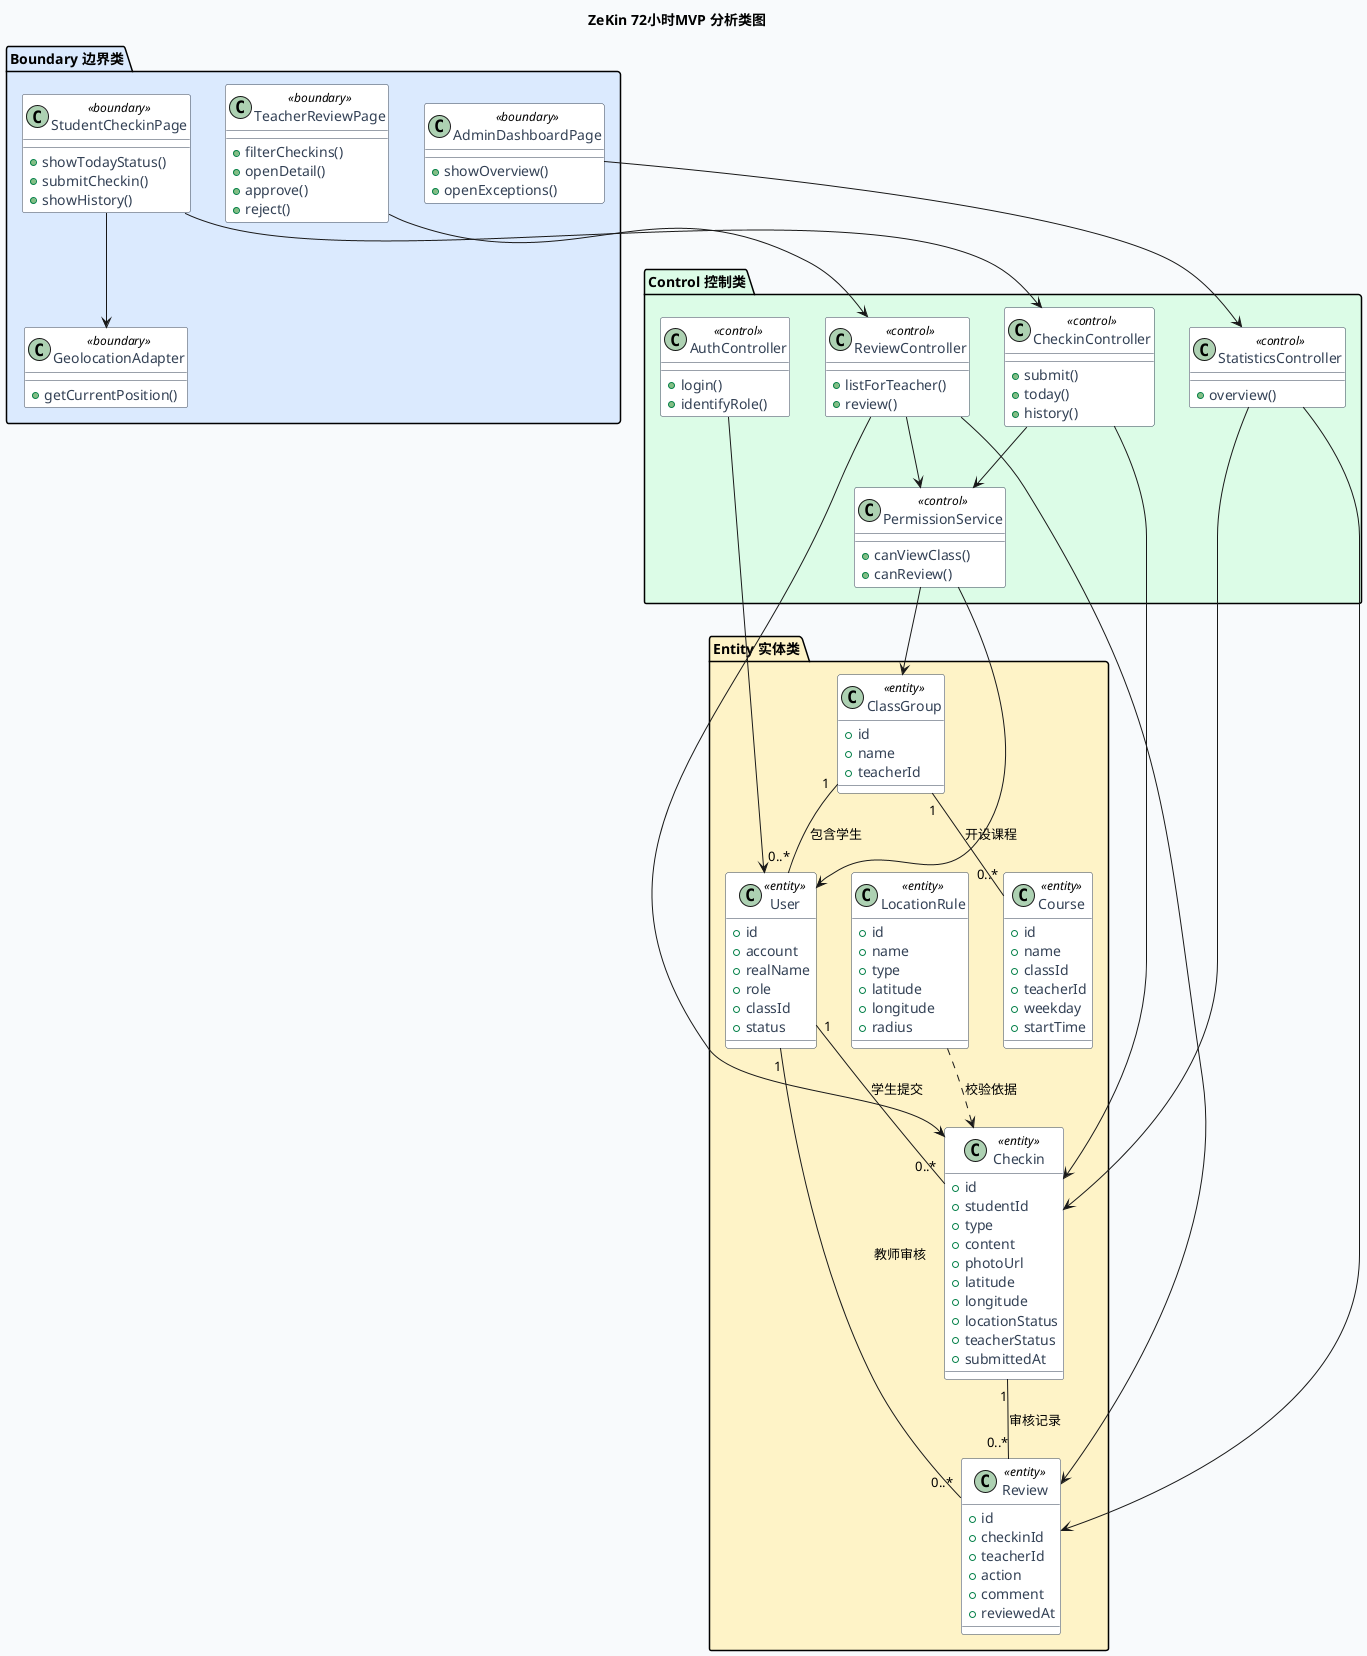
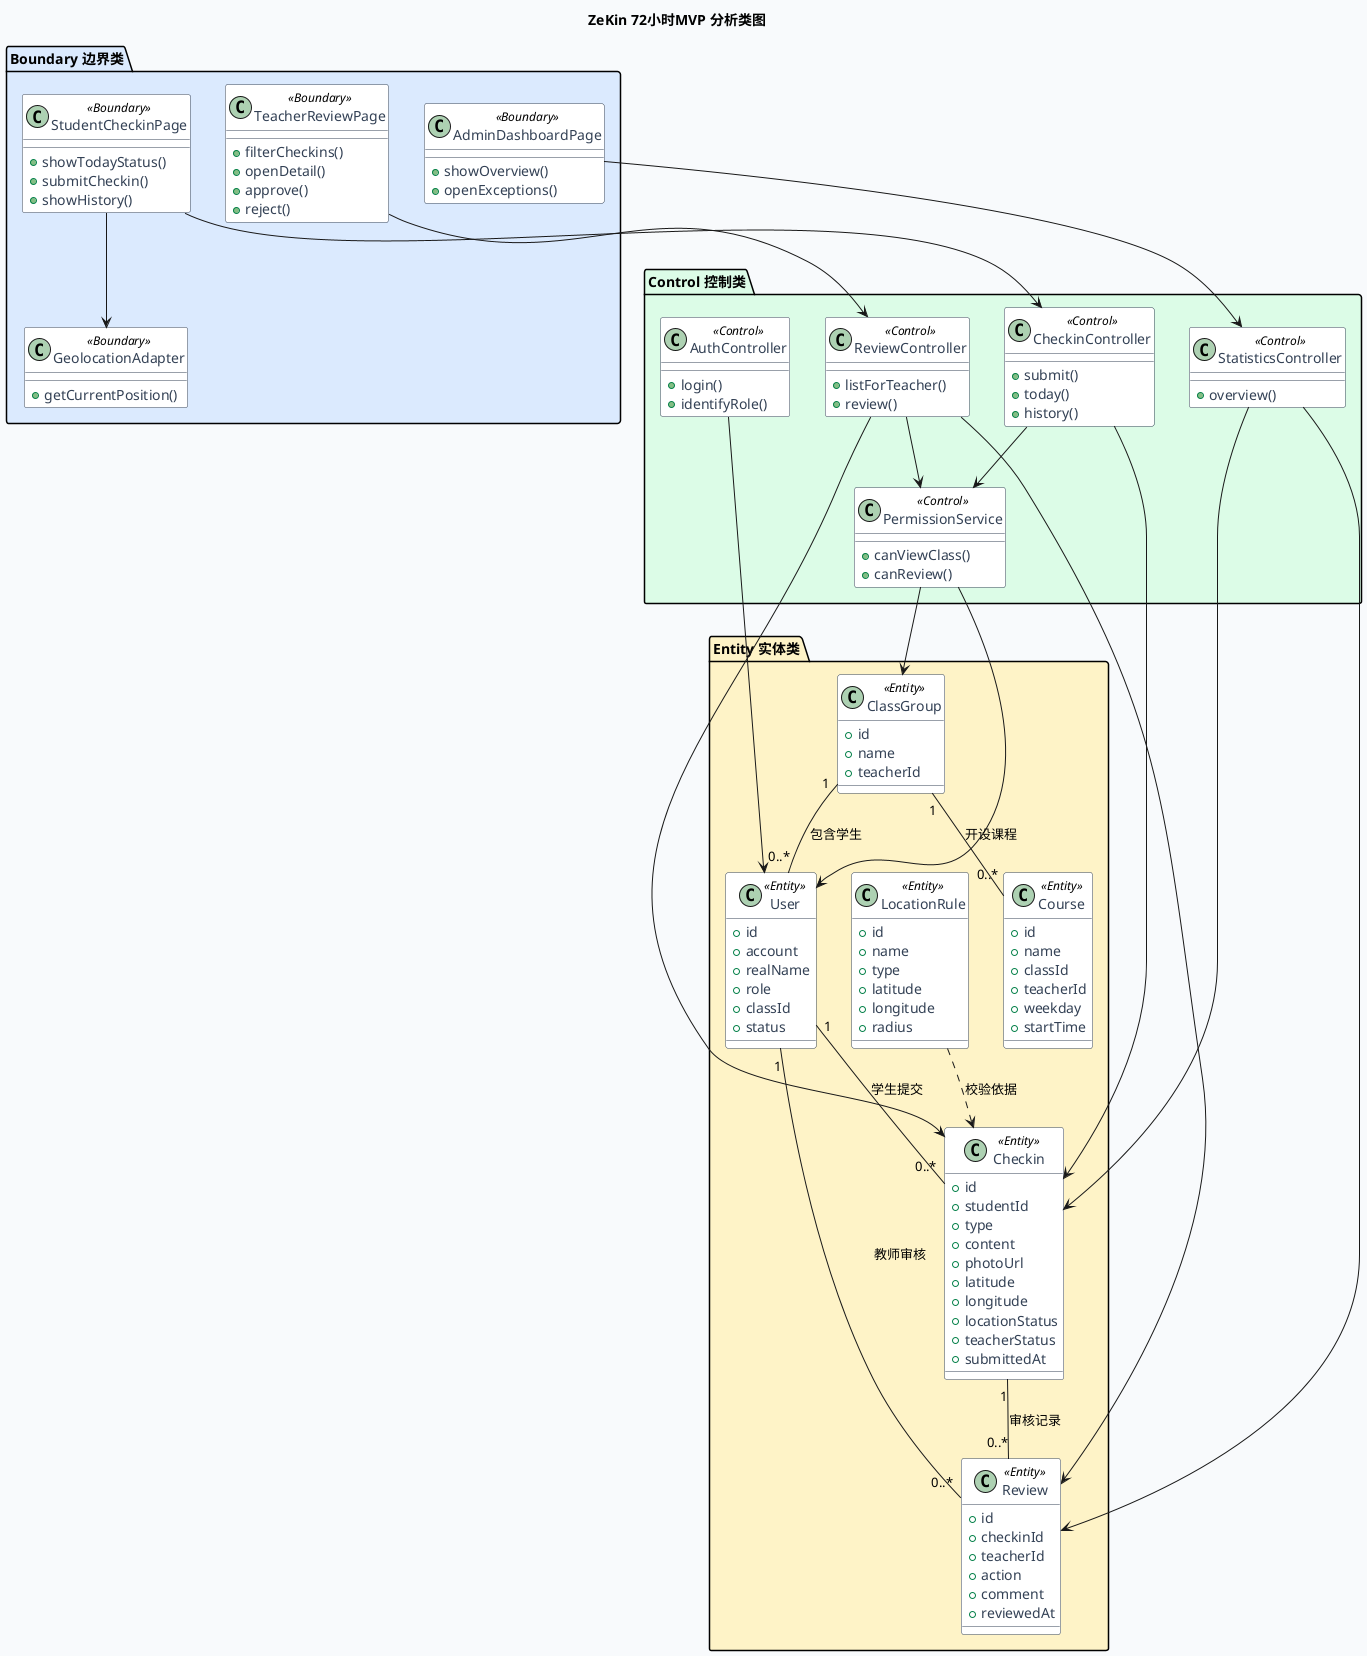
@startuml
title ZeKin 72小时MVP 分析类图
skinparam backgroundColor #F8FAFC
skinparam shadowing false
skinparam class {
  BackgroundColor #FFFFFF
  BorderColor #334155
  FontColor #0F172A
  AttributeFontColor #334155
}

package "Boundary 边界类" #DBEAFE {
-   class StudentCheckinPage <<boundary>> {
+   class StudentCheckinPage <<Boundary>> {
    +showTodayStatus()
    +submitCheckin()
    +showHistory()
  }
-   class TeacherReviewPage <<boundary>> {
+   class TeacherReviewPage <<Boundary>> {
    +filterCheckins()
    +openDetail()
    +approve()
    +reject()
  }
-   class AdminDashboardPage <<boundary>> {
+   class AdminDashboardPage <<Boundary>> {
    +showOverview()
    +openExceptions()
  }
-   class GeolocationAdapter <<boundary>> {
+   class GeolocationAdapter <<Boundary>> {
    +getCurrentPosition()
  }
}

package "Control 控制类" #DCFCE7 {
-   class AuthController <<control>> {
+   class AuthController <<Control>> {
    +login()
    +identifyRole()
  }
-   class CheckinController <<control>> {
+   class CheckinController <<Control>> {
    +submit()
    +today()
    +history()
  }
-   class ReviewController <<control>> {
+   class ReviewController <<Control>> {
    +listForTeacher()
    +review()
  }
-   class StatisticsController <<control>> {
+   class StatisticsController <<Control>> {
    +overview()
  }
-   class PermissionService <<control>> {
+   class PermissionService <<Control>> {
    +canViewClass()
    +canReview()
  }
}

package "Entity 实体类" #FEF3C7 {
-   class User <<entity>> {
+   class User <<Entity>> {
    +id
    +account
    +realName
    +role
    +classId
    +status
  }
-   class ClassGroup <<entity>> {
+   class ClassGroup <<Entity>> {
    +id
    +name
    +teacherId
  }
-   class Checkin <<entity>> {
+   class Checkin <<Entity>> {
    +id
    +studentId
    +type
    +content
    +photoUrl
    +latitude
    +longitude
    +locationStatus
    +teacherStatus
    +submittedAt
  }
-   class Review <<entity>> {
+   class Review <<Entity>> {
    +id
    +checkinId
    +teacherId
    +action
    +comment
    +reviewedAt
  }
-   class Course <<entity>> {
+   class Course <<Entity>> {
    +id
    +name
    +classId
    +teacherId
    +weekday
    +startTime
  }
-   class LocationRule <<entity>> {
+   class LocationRule <<Entity>> {
    +id
    +name
    +type
    +latitude
    +longitude
    +radius
  }
}

StudentCheckinPage --> CheckinController
StudentCheckinPage --> GeolocationAdapter
TeacherReviewPage --> ReviewController
AdminDashboardPage --> StatisticsController
AuthController --> User
CheckinController --> Checkin
CheckinController --> PermissionService
ReviewController --> Review
ReviewController --> Checkin
ReviewController --> PermissionService
StatisticsController --> Checkin
StatisticsController --> Review
PermissionService --> User
PermissionService --> ClassGroup

User "1" -- "0..*" Checkin : 学生提交
User "1" -- "0..*" Review : 教师审核
ClassGroup "1" -- "0..*" User : 包含学生
ClassGroup "1" -- "0..*" Course : 开设课程
Checkin "1" -- "0..*" Review : 审核记录
LocationRule ..> Checkin : 校验依据
@enduml
